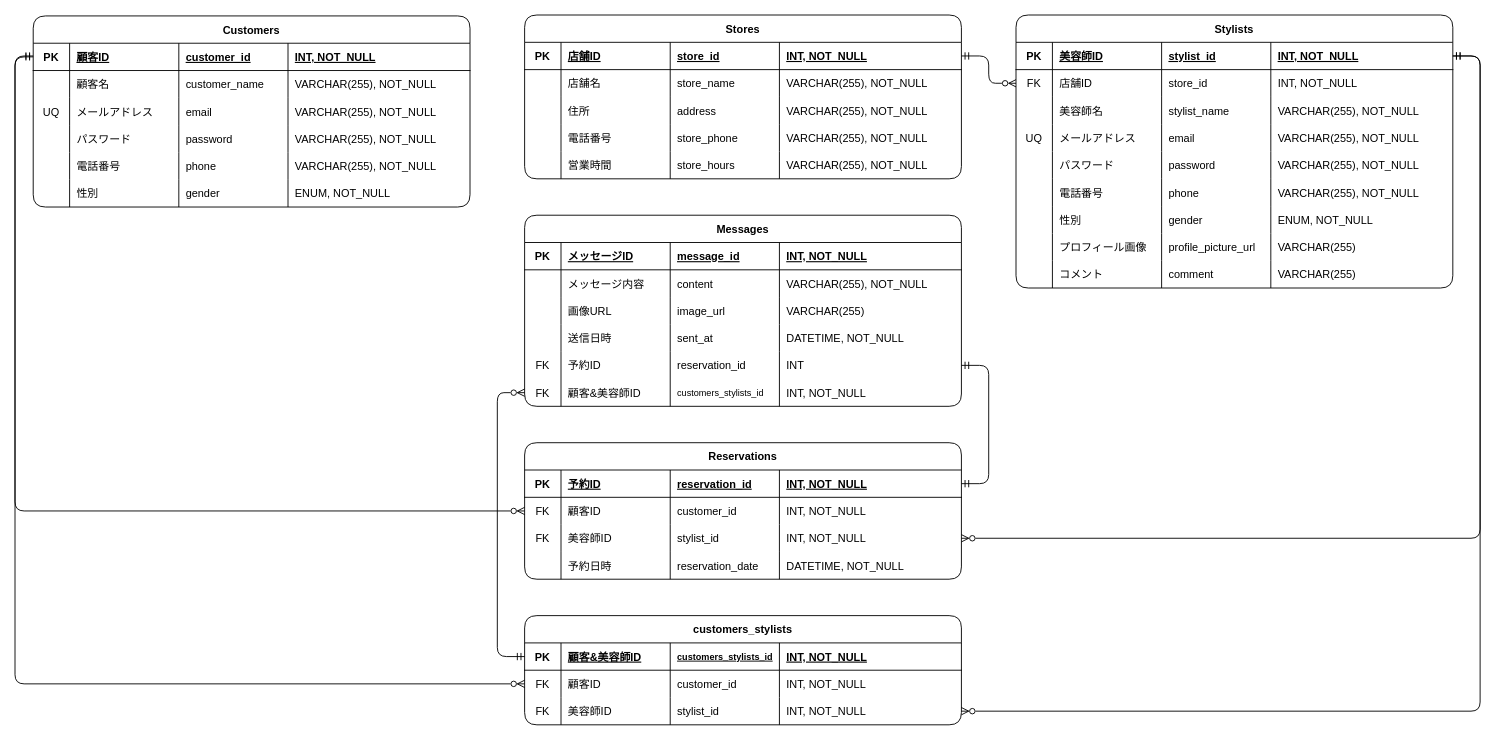
The draw.io diagram background/ER-Draft.dio in J-Team-2025-Winter/J-Team-2025-Winter, before the edit. Source tidied: cells renumbered, new cells numbered last; positions are measured from the earlier drawing's top-left corner, leaving out a move shared by most shapes. Both pictures are drawn from the tidied source at 91%, with x=0, y=0 at pixel (15, 15).
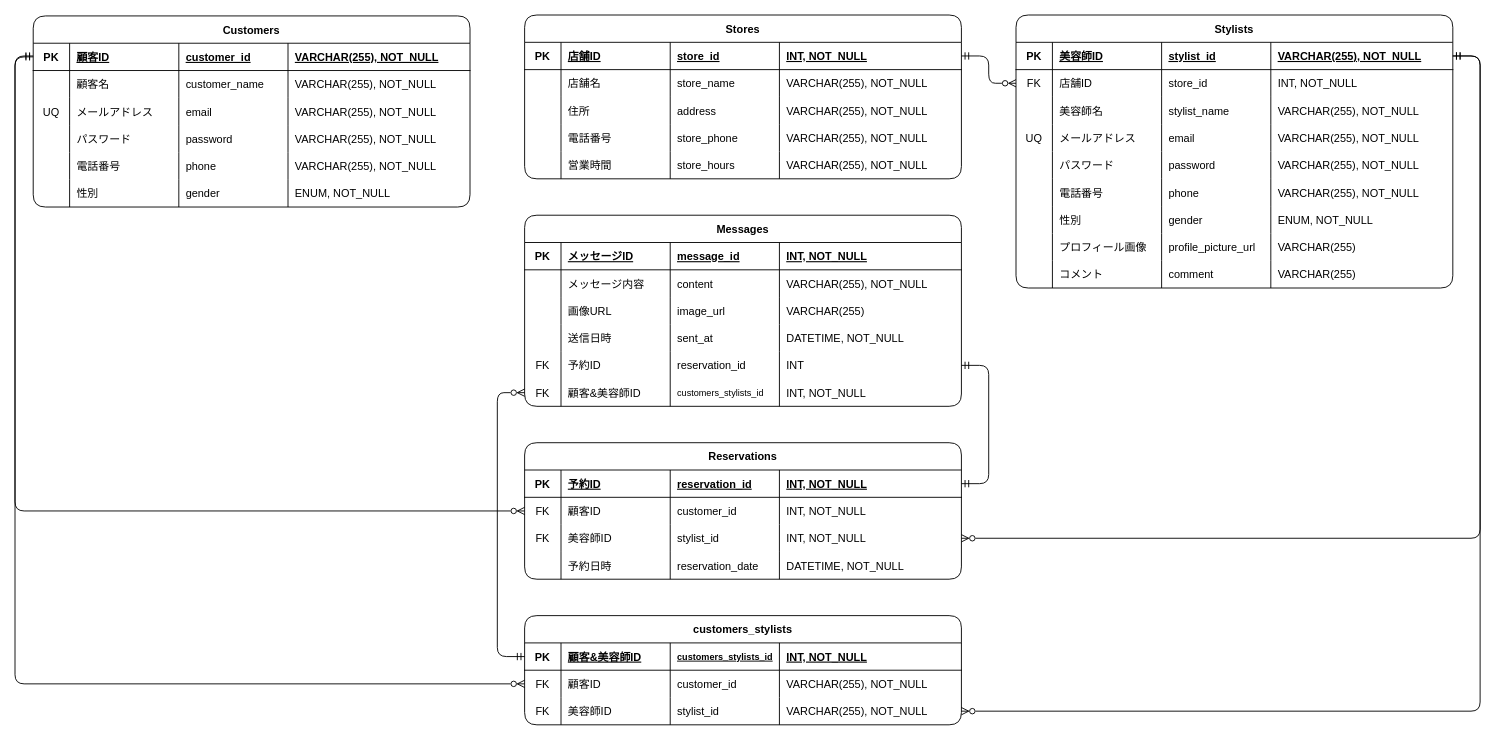
Above is the later version.

The change refers to these unchanged cells:
```xml
<mxCell id="3" style="shape=tableRow;horizontal=0;startSize=0;swimlaneHead=0;swimlaneBody=0;fillColor=none;points=[[0,0.5],[1,0.5]];portConstraint=eastwest;top=0;left=0;right=0;bottom=1;" parent="2" vertex="1">
  <mxGeometry y="30" width="480" height="30" as="geometry" />
</mxCell>
<mxCell id="34" style="shape=tableRow;horizontal=0;startSize=0;swimlaneHead=0;swimlaneBody=0;fillColor=none;points=[[0,0.5],[1,0.5]];portConstraint=eastwest;top=0;left=0;right=0;bottom=1;" parent="33" vertex="1">
  <mxGeometry y="30" width="480" height="30" as="geometry" />
</mxCell>
<mxCell id="166" style="shape=tableRow;horizontal=0;startSize=0;swimlaneHead=0;swimlaneBody=0;fillColor=none;points=[[0,0.5],[1,0.5]];portConstraint=eastwest;top=0;left=0;right=0;bottom=0;" parent="160" vertex="1">
  <mxGeometry y="60" width="480" height="30" as="geometry" />
</mxCell>
<mxCell id="171" style="shape=tableRow;horizontal=0;startSize=0;swimlaneHead=0;swimlaneBody=0;fillColor=none;points=[[0,0.5],[1,0.5]];portConstraint=eastwest;top=0;left=0;right=0;bottom=0;" parent="160" vertex="1">
  <mxGeometry y="90" width="480" height="30" as="geometry" />
</mxCell>
```

The edit, as a diff of the source:
```diff
@@
-    <mxCell id="7" value="INT, NOT_NULL" style="shape=partialRectangle;fillColor=none;top=0;left=0;bottom=0;right=0;align=left;spacingLeft=6;fontStyle=5;overflow=hidden;" parent="3" vertex="1">
+    <mxCell id="7" value="VARCHAR(255), NOT_NULL" style="shape=partialRectangle;fillColor=none;top=0;left=0;bottom=0;right=0;align=left;spacingLeft=6;fontStyle=5;overflow=hidden;" parent="3" vertex="1">
       <mxGeometry x="280" width="200" height="30" as="geometry" />
     </mxCell>
@@
-    <mxCell id="38" value="INT, NOT_NULL" style="shape=partialRectangle;fillColor=none;top=0;left=0;bottom=0;right=0;align=left;spacingLeft=6;fontStyle=5;overflow=hidden;" parent="34" vertex="1">
+    <mxCell id="38" value="VARCHAR(255), NOT_NULL" style="shape=partialRectangle;fillColor=none;top=0;left=0;bottom=0;right=0;align=left;spacingLeft=6;fontStyle=5;overflow=hidden;" parent="34" vertex="1">
       <mxGeometry x="280" width="200" height="30" as="geometry" />
     </mxCell>
@@
-    <mxCell id="170" value="INT, NOT_NULL" style="shape=partialRectangle;fillColor=none;top=0;left=0;bottom=0;right=0;align=left;spacingLeft=6;overflow=hidden;" parent="166" vertex="1">
+    <mxCell id="170" value="VARCHAR(255), NOT_NULL" style="shape=partialRectangle;fillColor=none;top=0;left=0;bottom=0;right=0;align=left;spacingLeft=6;overflow=hidden;" parent="166" vertex="1">
       <mxGeometry x="280" width="200" height="30" as="geometry" />
     </mxCell>
@@
-    <mxCell id="175" value="INT, NOT_NULL" style="shape=partialRectangle;fillColor=none;top=0;left=0;bottom=0;right=0;align=left;spacingLeft=6;overflow=hidden;" parent="171" vertex="1">
+    <mxCell id="175" value="VARCHAR(255), NOT_NULL" style="shape=partialRectangle;fillColor=none;top=0;left=0;bottom=0;right=0;align=left;spacingLeft=6;overflow=hidden;" parent="171" vertex="1">
       <mxGeometry x="280" width="200" height="30" as="geometry" />
     </mxCell>
```
